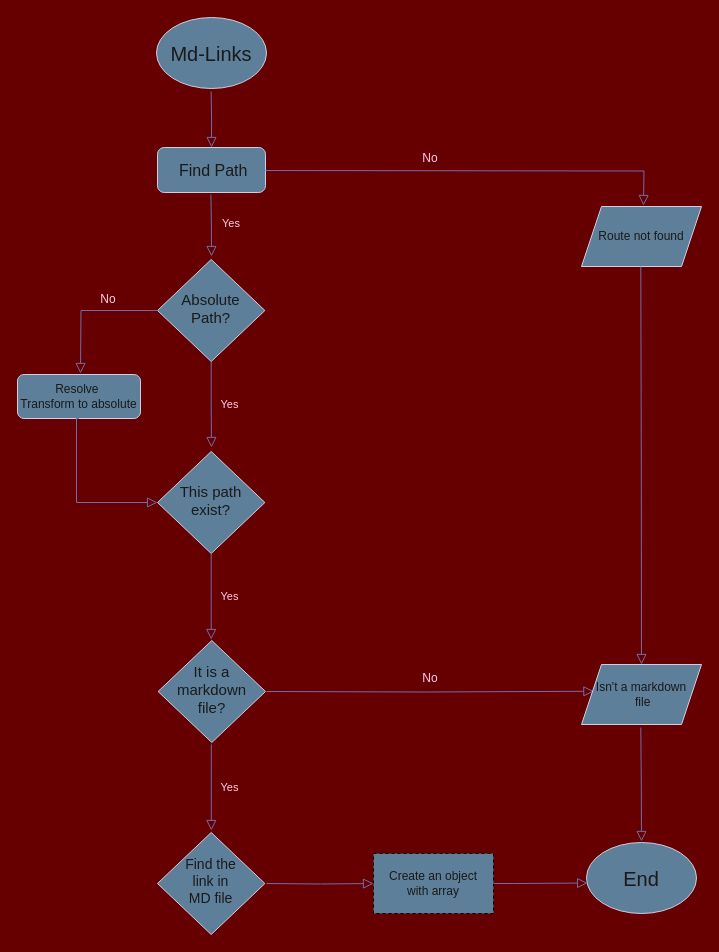
Before: Diagrama sin título.drawio in IvonneConde/DEV010-md-links, a draw.io diagram. Source tidied: cells renumbered, new cells numbered last; positions are measured from the earlier drawing's top-left corner, leaving out a move shared by most shapes. Both pictures are drawn from the tidied source at 100%, with x=0, y=0 at pixel (17, 17).
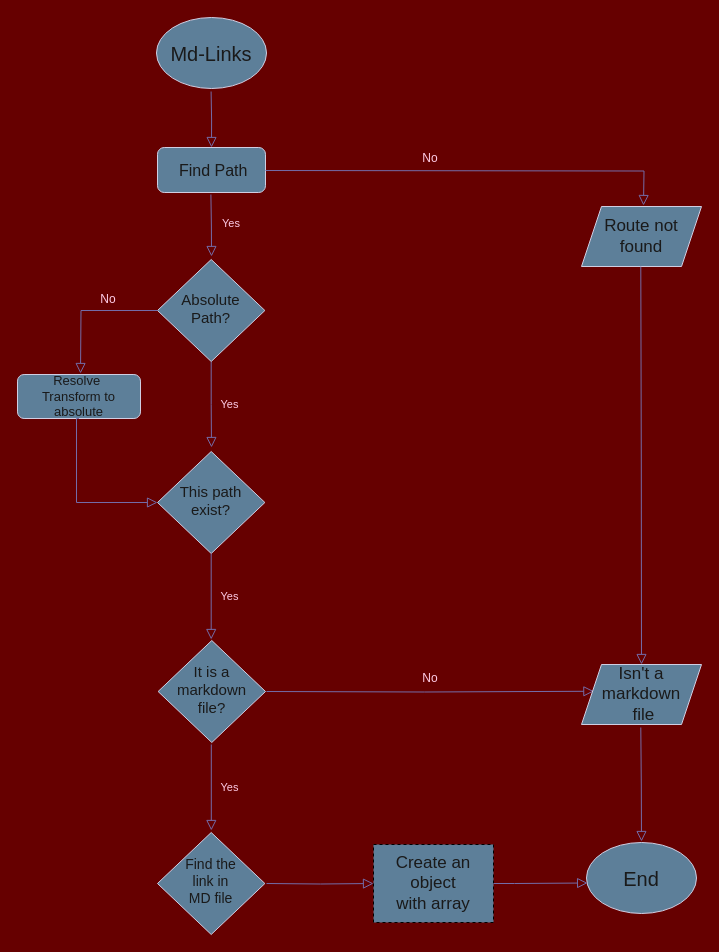
Above is the later version.

Diff of the diagram source:
```diff
@@
-    <mxCell id="10" value="Resolve&amp;nbsp;&lt;br&gt;Transform to absolute" style="rounded=1;whiteSpace=wrap;html=1;strokeColor=#D0CEE2;fontColor=#1A1A1A;fillColor=#5D7F99;" parent="1" vertex="1">
+    <mxCell id="10" value="Resolve&amp;nbsp;&lt;br style=&quot;font-size: 13px;&quot;&gt;Transform to absolute" style="rounded=1;whiteSpace=wrap;html=1;strokeColor=#D0CEE2;fontColor=#1A1A1A;fillColor=#5D7F99;fontSize=13;" parent="1" vertex="1">
       <mxGeometry y="357" width="123" height="44" as="geometry" />
     </mxCell>
@@
-    <mxCell id="18" value="Create an object &lt;br&gt;with array" style="rounded=0;whiteSpace=wrap;html=1;strokeColor=#000000;fontColor=#1A1A1A;fillColor=#5D7F99;labelBorderColor=none;dashed=1;" parent="1" vertex="1">
-      <mxGeometry x="356" y="836" width="120" height="60" as="geometry" />
+    <mxCell id="18" value="Create an object &lt;br style=&quot;font-size: 17px;&quot;&gt;with array" style="rounded=0;whiteSpace=wrap;html=1;strokeColor=#000000;fontColor=#1A1A1A;fillColor=#5D7F99;labelBorderColor=none;dashed=1;fontSize=17;" parent="1" vertex="1">
+      <mxGeometry x="356" y="827" width="120" height="78" as="geometry" />
     </mxCell>
@@
-    <mxCell id="21" value="Route not found" style="shape=parallelogram;perimeter=parallelogramPerimeter;whiteSpace=wrap;html=1;fixedSize=1;strokeColor=#D0CEE2;fontColor=#1A1A1A;fillColor=#5D7F99;" parent="1" vertex="1">
+    <mxCell id="21" value="Route not found" style="shape=parallelogram;perimeter=parallelogramPerimeter;whiteSpace=wrap;html=1;fixedSize=1;strokeColor=#D0CEE2;fontColor=#1A1A1A;fillColor=#5D7F99;fontSize=17;" parent="1" vertex="1">
       <mxGeometry x="564" y="189" width="120" height="60" as="geometry" />
     </mxCell>
@@
-    <mxCell id="23" value="Isn't a markdown&lt;br&gt;&amp;nbsp;file" style="shape=parallelogram;perimeter=parallelogramPerimeter;whiteSpace=wrap;html=1;fixedSize=1;strokeColor=#D0CEE2;fontColor=#1A1A1A;fillColor=#5D7F99;" parent="1" vertex="1">
+    <mxCell id="23" value="Isn't a markdown&lt;br style=&quot;font-size: 17px;&quot;&gt;&amp;nbsp;file" style="shape=parallelogram;perimeter=parallelogramPerimeter;whiteSpace=wrap;html=1;fixedSize=1;strokeColor=#D0CEE2;fontColor=#1A1A1A;fillColor=#5D7F99;fontSize=17;" parent="1" vertex="1">
       <mxGeometry x="564" y="647" width="120" height="60" as="geometry" />
     </mxCell>
```
